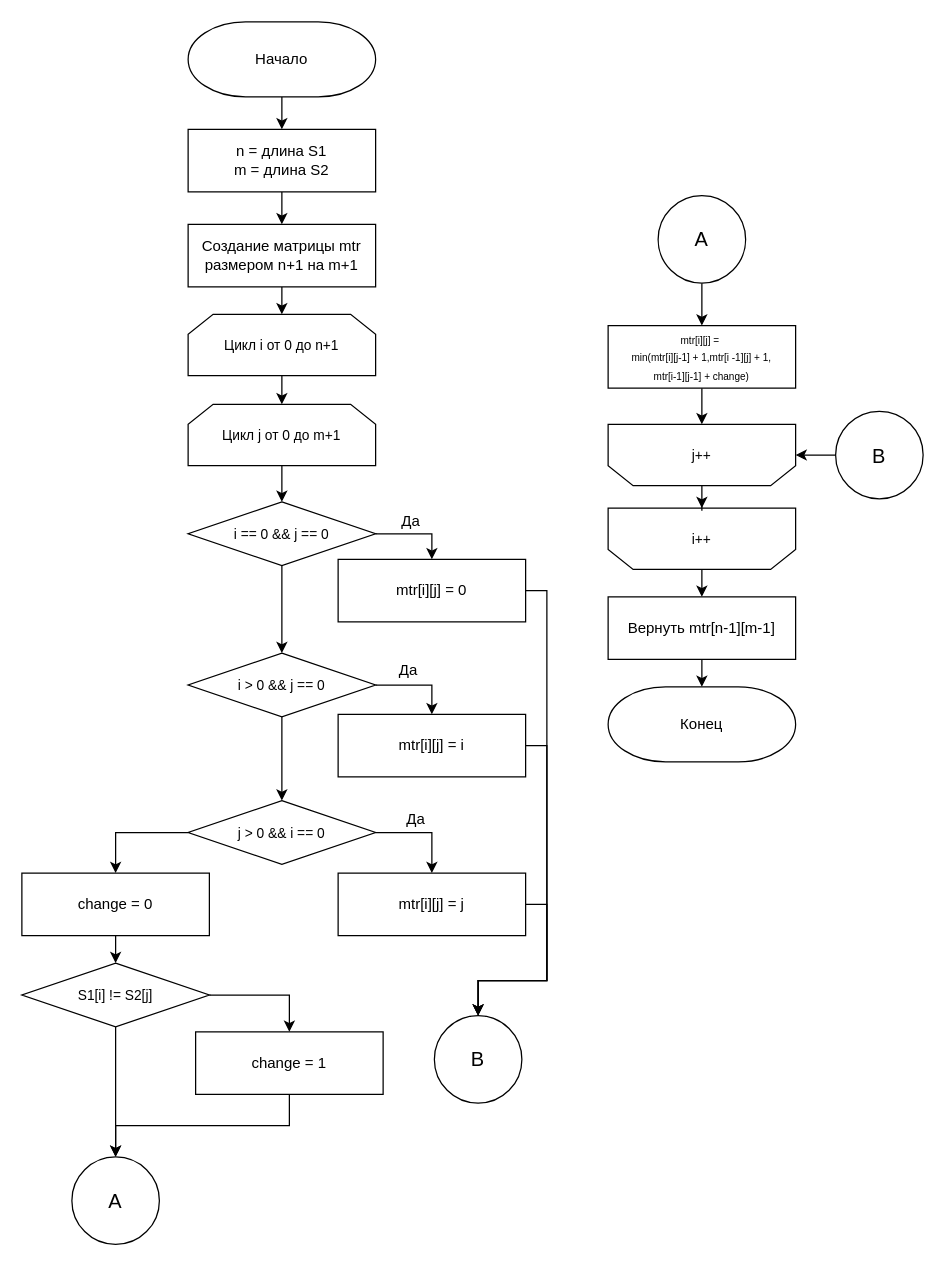
This is page "Л. нерекурсивная" (1 of 5) of lab_01/docs/img/algoritms.drawio from Mansurow/bmstu-iu7-5sem-AA, a draw.io file, before an edit. Source tidied: cells renumbered, new cells numbered last; positions are measured from the earlier drawing's top-left corner, leaving out a move shared by most shapes. Both pictures are drawn from the tidied source at 125%, with x=0, y=0 at pixel (21, 21).
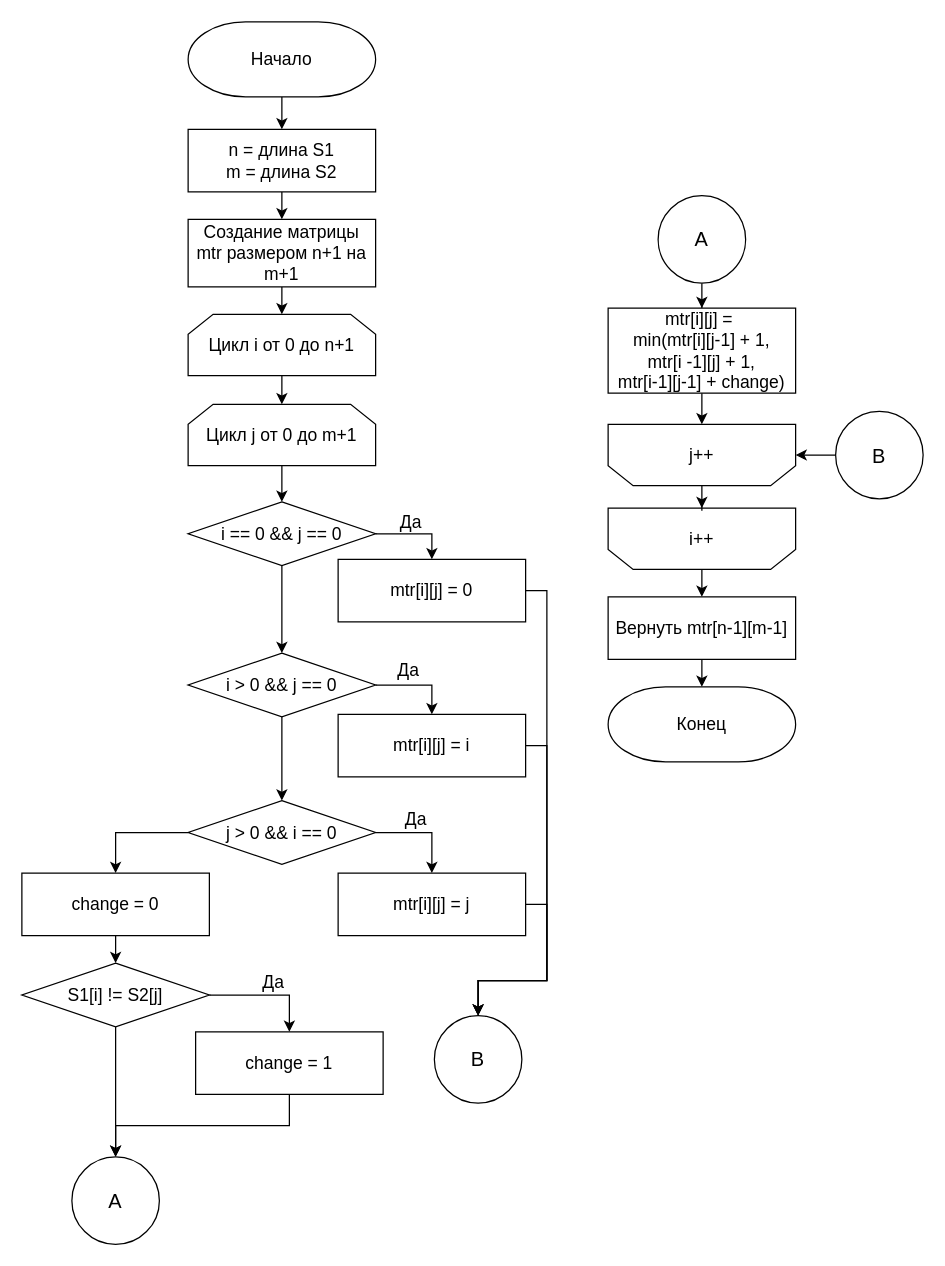
Above is the later version.

The change refers to these unchanged cells:
```xml
<mxCell id="8" style="edgeStyle=orthogonalEdgeStyle;rounded=0;jettySize=auto;html=1;exitX=1;exitY=0.5;exitDx=0;exitDy=0;exitPerimeter=0;fontSize=11;endArrow=classic;endFill=1;" parent="1" edge="1" source="11" target="13">
  <mxGeometry relative="1" as="geometry" />
</mxCell>
<mxCell id="14" style="edgeStyle=orthogonalEdgeStyle;rounded=0;jettySize=auto;html=1;exitX=1;exitY=0.5;exitDx=0;exitDy=0;exitPerimeter=0;fontSize=11;endArrow=classic;endFill=1;" parent="1" edge="1" source="17" target="19">
  <mxGeometry relative="1" as="geometry" />
</mxCell>
<mxCell id="20" style="edgeStyle=orthogonalEdgeStyle;rounded=0;jettySize=auto;html=1;exitX=1;exitY=0.5;exitDx=0;exitDy=0;exitPerimeter=0;fontSize=11;endArrow=classic;endFill=1;" parent="1" edge="1" source="23" target="25">
  <mxGeometry relative="1" as="geometry" />
</mxCell>
```

Diff of the diagram source:
```diff
@@
-    <mxCell id="3" value="Начало" style="strokeWidth=1;html=1;shape=mxgraph.flowchart.terminator;whiteSpace=wrap;" parent="1" vertex="1">
+    <mxCell id="3" value="&lt;font style=&quot;font-size: 14px;&quot;&gt;Начало&lt;/font&gt;" style="strokeWidth=1;html=1;shape=mxgraph.flowchart.terminator;whiteSpace=wrap;" parent="1" vertex="1">
       <mxGeometry x="133" width="150" height="60" as="geometry" />
     </mxCell>
@@
-    <mxCell id="5" value="n = длина S1&lt;br&gt;m = длина S2" style="rounded=0;whiteSpace=wrap;html=1;absoluteArcSize=1;arcSize=14;strokeWidth=1;" parent="1" vertex="1">
+    <mxCell id="5" value="&lt;font style=&quot;font-size: 14px;&quot;&gt;n = длина S1&lt;br&gt;m = длина S2&lt;/font&gt;" style="rounded=0;whiteSpace=wrap;html=1;absoluteArcSize=1;arcSize=14;strokeWidth=1;" parent="1" vertex="1">
       <mxGeometry x="133" y="86" width="150" height="50" as="geometry" />
     </mxCell>
@@
-    <mxCell id="7" value="Cоздание матрицы mtr размером n+1 на m+1" style="rounded=0;whiteSpace=wrap;html=1;absoluteArcSize=1;arcSize=14;strokeWidth=1;" parent="1" vertex="1">
-      <mxGeometry x="133" y="162" width="150" height="50" as="geometry" />
+    <mxCell id="7" value="&lt;font style=&quot;font-size: 14px;&quot;&gt;Cоздание матрицы mtr размером n+1 на m+1&lt;/font&gt;" style="rounded=0;whiteSpace=wrap;html=1;absoluteArcSize=1;arcSize=14;strokeWidth=1;" parent="1" vertex="1">
+      <mxGeometry x="133" y="158" width="150" height="54" as="geometry" />
     </mxCell>
@@
-    <mxCell id="9" value="Да" style="edgeLabel;html=1;align=center;verticalAlign=middle;fontSize=12;" parent="8" vertex="1">
+    <mxCell id="9" value="Да" style="edgeLabel;html=1;align=center;verticalAlign=middle;fontSize=14;" parent="8" vertex="1">
       <mxGeometry x="-0.17" y="2" relative="1" as="geometry">
         <mxPoint y="-8" as="offset" />
       </mxGeometry>
     </mxCell>
@@
-    <mxCell id="11" value="i == 0 &amp;amp;&amp;amp; j == 0" style="strokeWidth=1;html=1;shape=mxgraph.flowchart.decision;whiteSpace=wrap;rounded=0;fontSize=11;" parent="1" vertex="1">
+    <mxCell id="11" value="&lt;font style=&quot;font-size: 14px;&quot;&gt;i == 0 &amp;amp;&amp;amp; j == 0&lt;/font&gt;" style="strokeWidth=1;html=1;shape=mxgraph.flowchart.decision;whiteSpace=wrap;rounded=0;fontSize=11;" parent="1" vertex="1">
       <mxGeometry x="133" y="384" width="150" height="51" as="geometry" />
     </mxCell>
@@
-    <mxCell id="13" value="mtr[i][j] = 0" style="rounded=0;whiteSpace=wrap;html=1;absoluteArcSize=1;arcSize=14;strokeWidth=1;" parent="1" vertex="1">
+    <mxCell id="13" value="&lt;font style=&quot;font-size: 14px;&quot;&gt;mtr[i][j] = 0&lt;/font&gt;" style="rounded=0;whiteSpace=wrap;html=1;absoluteArcSize=1;arcSize=14;strokeWidth=1;" parent="1" vertex="1">
       <mxGeometry x="253" y="430" width="150" height="50" as="geometry" />
     </mxCell>
@@
-    <mxCell id="15" value="&lt;font style=&quot;font-size: 12px;&quot;&gt;Да&lt;/font&gt;" style="edgeLabel;html=1;align=center;verticalAlign=middle;fontSize=11;" parent="14" vertex="1">
+    <mxCell id="15" value="&lt;font style=&quot;font-size: 14px;&quot;&gt;Да&lt;/font&gt;" style="edgeLabel;html=1;align=center;verticalAlign=middle;fontSize=14;" parent="14" vertex="1">
       <mxGeometry x="-0.26" y="2" relative="1" as="geometry">
         <mxPoint y="-10" as="offset" />
       </mxGeometry>
     </mxCell>
@@
-    <mxCell id="17" value="i &amp;gt; 0 &amp;amp;&amp;amp; j == 0" style="strokeWidth=1;html=1;shape=mxgraph.flowchart.decision;whiteSpace=wrap;rounded=0;fontSize=11;" parent="1" vertex="1">
+    <mxCell id="17" value="&lt;font style=&quot;font-size: 14px;&quot;&gt;i &amp;gt; 0 &amp;amp;&amp;amp; j == 0&lt;/font&gt;" style="strokeWidth=1;html=1;shape=mxgraph.flowchart.decision;whiteSpace=wrap;rounded=0;fontSize=11;" parent="1" vertex="1">
       <mxGeometry x="133" y="505" width="150" height="51" as="geometry" />
     </mxCell>
@@
-    <mxCell id="19" value="mtr[i][j] = i" style="rounded=0;whiteSpace=wrap;html=1;absoluteArcSize=1;arcSize=14;strokeWidth=1;" parent="1" vertex="1">
+    <mxCell id="19" value="&lt;font style=&quot;font-size: 14px;&quot;&gt;mtr[i][j] = i&lt;/font&gt;" style="rounded=0;whiteSpace=wrap;html=1;absoluteArcSize=1;arcSize=14;strokeWidth=1;" parent="1" vertex="1">
       <mxGeometry x="253" y="554" width="150" height="50" as="geometry" />
     </mxCell>
@@
-    <mxCell id="21" value="Да" style="edgeLabel;html=1;align=center;verticalAlign=middle;fontSize=12;" parent="20" vertex="1">
+    <mxCell id="21" value="Да" style="edgeLabel;html=1;align=center;verticalAlign=middle;fontSize=14;" parent="20" vertex="1">
       <mxGeometry x="-0.2" y="2" relative="1" as="geometry">
         <mxPoint y="-9" as="offset" />
       </mxGeometry>
     </mxCell>
@@
-    <mxCell id="23" value="j &amp;gt; 0 &amp;amp;&amp;amp; i == 0" style="strokeWidth=1;html=1;shape=mxgraph.flowchart.decision;whiteSpace=wrap;rounded=0;fontSize=11;" parent="1" vertex="1">
+    <mxCell id="23" value="&lt;font style=&quot;font-size: 14px;&quot;&gt;j &amp;gt; 0 &amp;amp;&amp;amp; i == 0&lt;/font&gt;" style="strokeWidth=1;html=1;shape=mxgraph.flowchart.decision;whiteSpace=wrap;rounded=0;fontSize=11;" parent="1" vertex="1">
       <mxGeometry x="133" y="623" width="150" height="51" as="geometry" />
     </mxCell>
@@
-    <mxCell id="25" value="mtr[i][j] = j" style="rounded=0;whiteSpace=wrap;html=1;absoluteArcSize=1;arcSize=14;strokeWidth=1;" parent="1" vertex="1">
+    <mxCell id="25" value="&lt;font style=&quot;font-size: 14px;&quot;&gt;mtr[i][j] = j&lt;/font&gt;" style="rounded=0;whiteSpace=wrap;html=1;absoluteArcSize=1;arcSize=14;strokeWidth=1;" parent="1" vertex="1">
       <mxGeometry x="253" y="681" width="150" height="50" as="geometry" />
     </mxCell>
@@
-    <mxCell id="27" value="change = 0" style="rounded=0;whiteSpace=wrap;html=1;absoluteArcSize=1;arcSize=14;strokeWidth=1;" parent="1" vertex="1">
+    <mxCell id="27" value="&lt;font style=&quot;font-size: 14px;&quot;&gt;change = 0&lt;/font&gt;" style="rounded=0;whiteSpace=wrap;html=1;absoluteArcSize=1;arcSize=14;strokeWidth=1;" parent="1" vertex="1">
       <mxGeometry y="681" width="150" height="50" as="geometry" />
     </mxCell>
@@
-    <mxCell id="30" value="S1[i] != S2[j]" style="strokeWidth=1;html=1;shape=mxgraph.flowchart.decision;whiteSpace=wrap;rounded=0;fontSize=11;" parent="1" vertex="1">
+    <mxCell id="30" value="&lt;font style=&quot;font-size: 14px;&quot;&gt;S1[i] != S2[j]&lt;/font&gt;" style="strokeWidth=1;html=1;shape=mxgraph.flowchart.decision;whiteSpace=wrap;rounded=0;fontSize=11;" parent="1" vertex="1">
       <mxGeometry y="753" width="150" height="51" as="geometry" />
     </mxCell>
@@
-    <mxCell id="32" value="change = 1" style="rounded=0;whiteSpace=wrap;html=1;absoluteArcSize=1;arcSize=14;strokeWidth=1;" parent="1" vertex="1">
+    <mxCell id="32" value="&lt;font style=&quot;font-size: 14px;&quot;&gt;change = 1&lt;/font&gt;" style="rounded=0;whiteSpace=wrap;html=1;absoluteArcSize=1;arcSize=14;strokeWidth=1;" parent="1" vertex="1">
       <mxGeometry x="139" y="808" width="150" height="50" as="geometry" />
     </mxCell>
@@
-    <mxCell id="37" value="&lt;span style=&quot;font-size: 8px;&quot;&gt;mtr[i][j] =&amp;nbsp;&lt;/span&gt;&lt;br style=&quot;font-size: 8px;&quot;&gt;&lt;span style=&quot;font-size: 8px;&quot;&gt;min(mtr[i][j-1] + 1,mtr[i -1][j] + 1,&lt;/span&gt;&lt;br style=&quot;font-size: 8px;&quot;&gt;&lt;span style=&quot;font-size: 8px;&quot;&gt;mtr[i-1][j-1] + change)&lt;/span&gt;" style="rounded=0;whiteSpace=wrap;html=1;absoluteArcSize=1;arcSize=14;strokeWidth=1;" parent="1" vertex="1">
-      <mxGeometry x="469" y="243" width="150" height="50" as="geometry" />
+    <mxCell id="37" value="&lt;font style=&quot;font-size: 14px;&quot;&gt;mtr[i][j] =&amp;nbsp;&lt;br style=&quot;&quot;&gt;min(mtr[i][j-1] + 1,&lt;br&gt;mtr[i -1][j] + 1,&lt;br style=&quot;&quot;&gt;mtr[i-1][j-1] + change)&lt;/font&gt;" style="rounded=0;whiteSpace=wrap;html=1;absoluteArcSize=1;arcSize=14;strokeWidth=1;" parent="1" vertex="1">
+      <mxGeometry x="469" y="229" width="150" height="68" as="geometry" />
     </mxCell>
@@
-    <mxCell id="42" value="Вернуть mtr[n-1][m-1]" style="rounded=0;whiteSpace=wrap;html=1;absoluteArcSize=1;arcSize=14;strokeWidth=1;" parent="1" vertex="1">
+    <mxCell id="42" value="&lt;font style=&quot;font-size: 14px;&quot;&gt;Вернуть mtr[n-1][m-1]&lt;/font&gt;" style="rounded=0;whiteSpace=wrap;html=1;absoluteArcSize=1;arcSize=14;strokeWidth=1;" parent="1" vertex="1">
       <mxGeometry x="469" y="460" width="150" height="50" as="geometry" />
     </mxCell>
-    <mxCell id="43" value="Конец" style="strokeWidth=1;html=1;shape=mxgraph.flowchart.terminator;whiteSpace=wrap;" parent="1" vertex="1">
+    <mxCell id="43" value="&lt;font style=&quot;font-size: 14px;&quot;&gt;Конец&lt;/font&gt;" style="strokeWidth=1;html=1;shape=mxgraph.flowchart.terminator;whiteSpace=wrap;" parent="1" vertex="1">
       <mxGeometry x="469" y="532" width="150" height="60" as="geometry" />
     </mxCell>
@@
-    <mxCell id="45" value="&lt;span style=&quot;font-size: 11px;&quot;&gt;Цикл i от 0 до n+1&lt;/span&gt;" style="shape=loopLimit;whiteSpace=wrap;html=1;" parent="1" vertex="1">
+    <mxCell id="45" value="&lt;font style=&quot;font-size: 14px;&quot;&gt;Цикл i от 0 до n+1&lt;/font&gt;" style="shape=loopLimit;whiteSpace=wrap;html=1;" parent="1" vertex="1">
       <mxGeometry x="133" y="234" width="150" height="49" as="geometry" />
     </mxCell>
@@
-    <mxCell id="47" value="&lt;span style=&quot;font-size: 11px;&quot;&gt;Цикл j от 0 до m+1&lt;/span&gt;" style="shape=loopLimit;whiteSpace=wrap;html=1;" parent="1" vertex="1">
+    <mxCell id="47" value="&lt;font style=&quot;font-size: 14px;&quot;&gt;Цикл j от 0 до m+1&lt;/font&gt;" style="shape=loopLimit;whiteSpace=wrap;html=1;" parent="1" vertex="1">
       <mxGeometry x="133" y="306" width="150" height="49" as="geometry" />
     </mxCell>
@@
-    <mxCell id="49" value="&lt;span style=&quot;font-size: 11px;&quot;&gt;i++&lt;/span&gt;" style="shape=loopLimit;whiteSpace=wrap;html=1;flipV=1;" parent="1" vertex="1">
+    <mxCell id="49" value="&lt;font style=&quot;font-size: 14px;&quot;&gt;i++&lt;/font&gt;" style="shape=loopLimit;whiteSpace=wrap;html=1;flipV=1;" parent="1" vertex="1">
       <mxGeometry x="469" y="389" width="150" height="49" as="geometry" />
     </mxCell>
@@
-    <mxCell id="51" value="&lt;span style=&quot;font-size: 11px;&quot;&gt;j++&lt;/span&gt;" style="shape=loopLimit;whiteSpace=wrap;html=1;flipV=1;" parent="1" vertex="1">
+    <mxCell id="51" value="&lt;font style=&quot;font-size: 14px;&quot;&gt;j++&lt;/font&gt;" style="shape=loopLimit;whiteSpace=wrap;html=1;flipV=1;" parent="1" vertex="1">
       <mxGeometry x="469" y="322" width="150" height="49" as="geometry" />
     </mxCell>
+    <mxCell id="52" value="Да" style="edgeLabel;html=1;align=center;verticalAlign=middle;fontSize=14;" parent="1" vertex="1">
+      <mxGeometry x="322" y="642" as="geometry">
+        <mxPoint x="-122" y="125" as="offset" />
+      </mxGeometry>
+    </mxCell>
```
